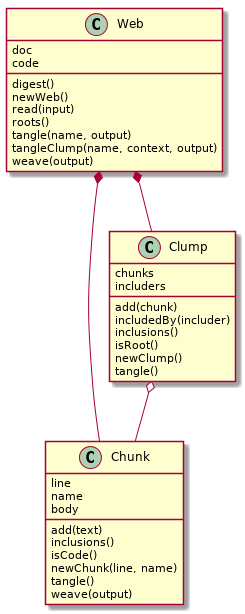
The PlantUML diagram inline_umlgraph_1.png in colinc904/wangle, before a commit.
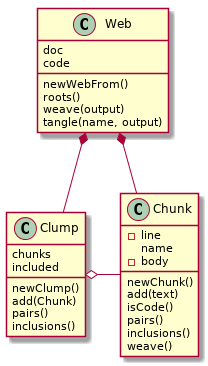
Above is the later version.

The edit, as a diff of the source:
```diff
@@ -1,41 +1,36 @@
 @startuml
 class Chunk {
-  line
+  -line
   name
-  body
+  -body
+  newChunk()
   add(text)
+  isCode()
+  pairs()
   inclusions()
-  isCode()
-  newChunk(line, name)
-  tangle()
-  weave(output)
+  weave()
+
 }
 
 class Clump {
   chunks
-  includers
-  add(chunk)
-  includedBy(includer)
+  included
+  newClump()
+  add(Chunk)
+  pairs()
   inclusions()
-  isRoot()
-  newClump()
-  tangle()
 }
 
 class Web {
   doc
   code
-  digest()
-  newWeb()
-  read(input)
+  newWebFrom()
   roots()
+  weave(output)
   tangle(name, output)
-  tangleClump(name, context, output)
-  weave(output)
 }
 
-Clump o-- Chunk
-
+Clump o- Chunk
 Web *-- Clump
 Web *-- Chunk
 @enduml
```
